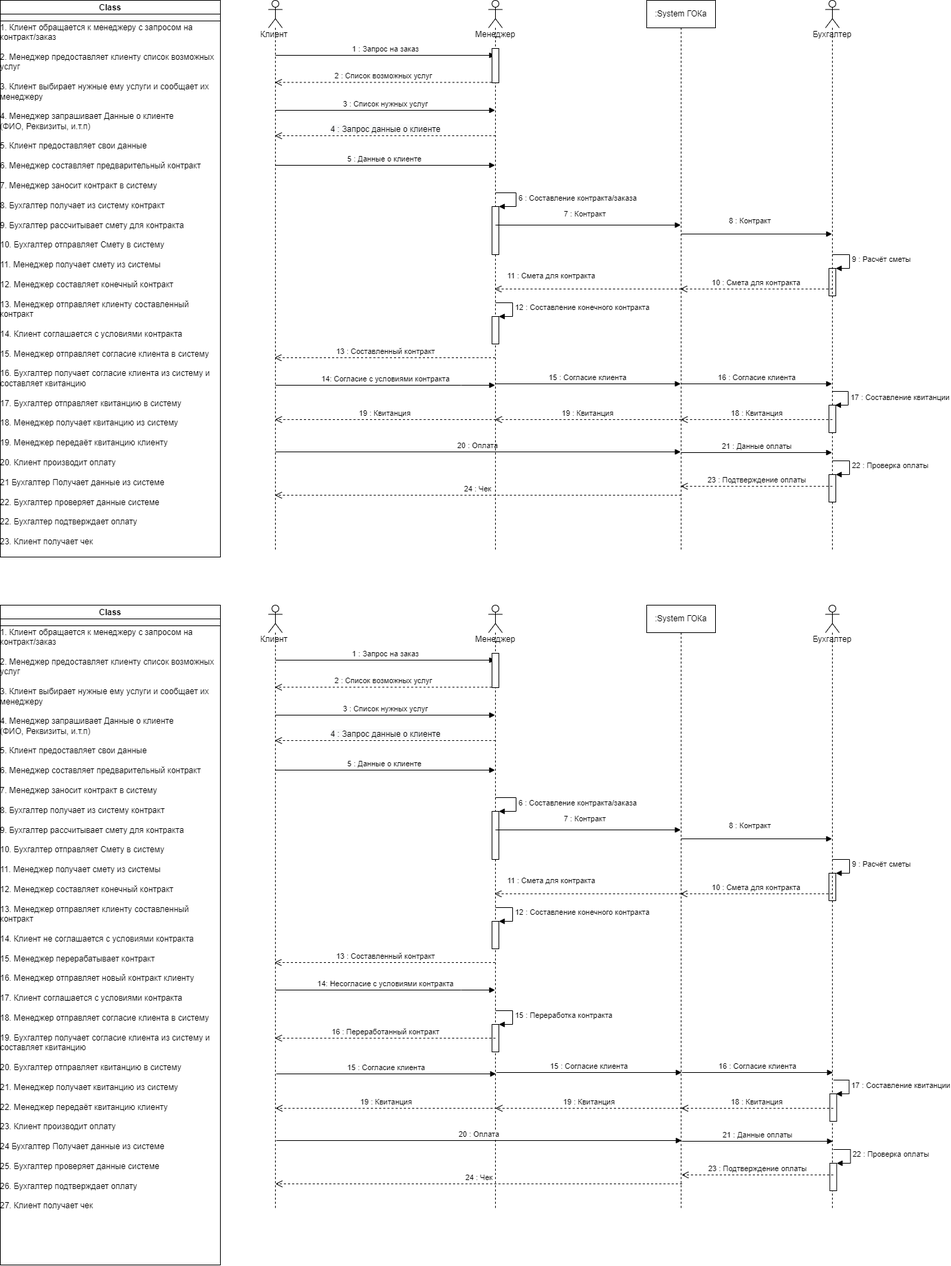
Awftf/UML keeps this draw.io diagram as InteractionDiagram.drawio.png. Above is the earlier version. Source tidied: cells renumbered, new cells last; positions are measured from the earlier drawing's top-left corner, leaving out a move shared by most shapes.
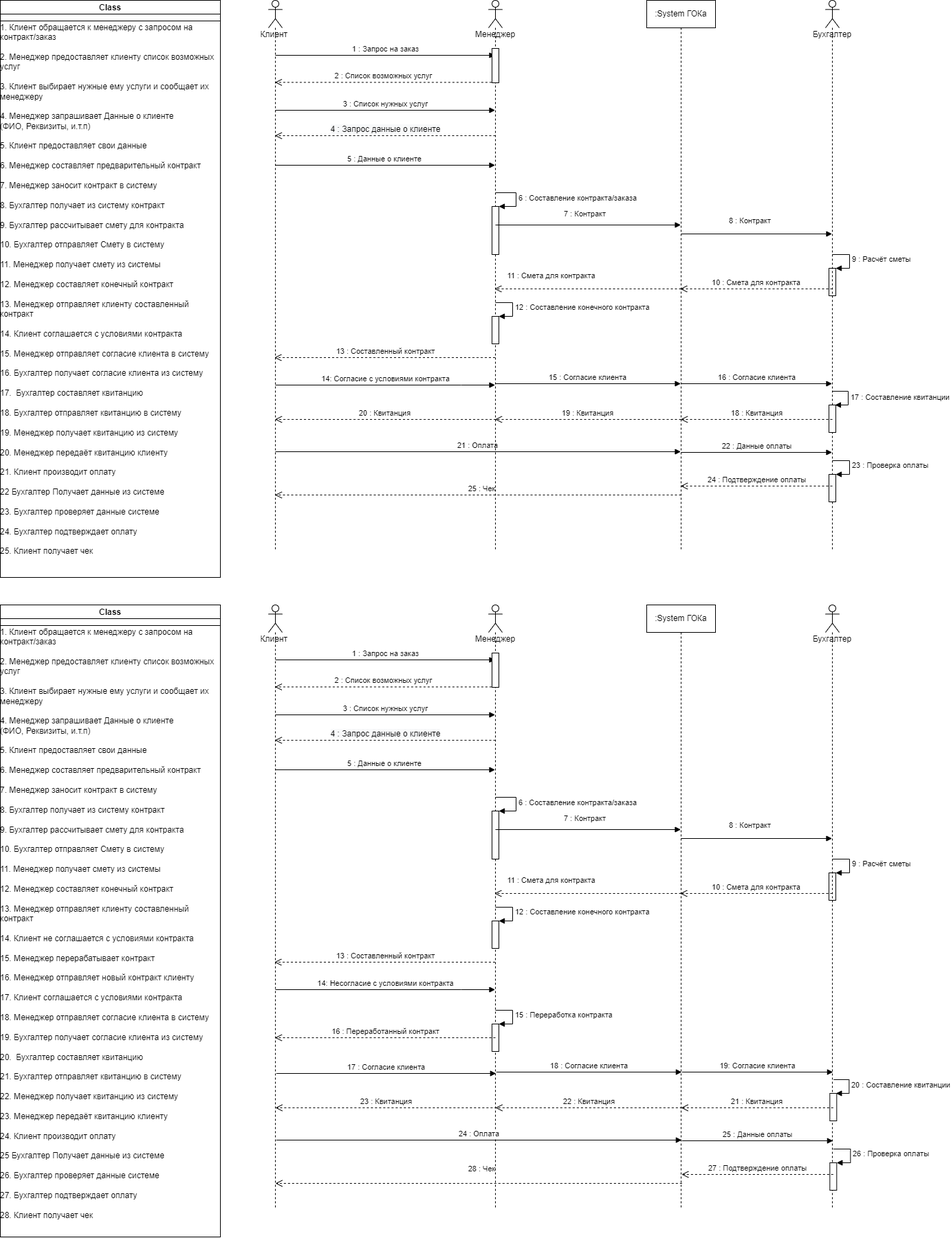
After the change.

Change to the diagram source:
```diff
@@ -22,3 +22,3 @@
     </mxCell>
-    <mxCell id="6" value="20 : Оплата" style="html=1;verticalAlign=bottom;endArrow=block;rounded=0;" parent="2" edge="1">
+    <mxCell id="6" value="21 : Оплата" style="html=1;verticalAlign=bottom;endArrow=block;rounded=0;" parent="2" edge="1">
       <mxGeometry relative="1" as="geometry">
@@ -98,4 +98,4 @@
     </mxCell>
-    <mxCell id="20" value="&lt;p style=&quot;margin: 0px ; margin-top: 4px ; text-align: center&quot;&gt;&lt;b&gt;Class&lt;/b&gt;&lt;/p&gt;&lt;br&gt;1. Клиент обращается к менеджеру с запросом на &lt;br&gt;контракт/заказ&lt;br&gt;&lt;br&gt;2. Менеджер предоставляет клиенту список возможных&lt;br&gt;услуг&lt;br&gt;&lt;br&gt;3. Клиент выбирает нужные ему услуги и сообщает их&lt;br&gt;менеджеру&lt;br&gt;&lt;br&gt;4. Менеджер запрашивает Данные о клиенте&lt;br&gt;(ФИО, Реквизиты, и.т.п)&lt;br&gt;&lt;br&gt;5. Клиент предоставляет свои данные&lt;br&gt;&lt;br&gt;6. Менеджер составляет предварительный контракт&lt;br&gt;&lt;br&gt;7. Менеджер заносит контракт в систему&lt;br&gt;&lt;br&gt;8. Бухгалтер получает из систему контракт&lt;br&gt;&lt;br&gt;9. Бухгалтер рассчитывает смету для контракта&amp;nbsp;&lt;br&gt;&lt;br&gt;10. Бухгалтер отправляет Смету в систему&lt;br&gt;&lt;br&gt;11. Менеджер получает смету из системы&amp;nbsp;&lt;br&gt;&lt;br&gt;12. Менеджер составляет конечный контракт&amp;nbsp;&lt;br&gt;&lt;br&gt;13. Менеджер отправляет клиенту составленный&lt;br&gt;контракт&lt;br&gt;&lt;br&gt;14. Клиент соглашается с условиями контракта&amp;nbsp;&lt;br&gt;&lt;br&gt;15. Менеджер отправляет согласие клиента в систему&lt;br&gt;&lt;br&gt;16. Бухгалтер получает согласие клиента из систему и&amp;nbsp;&lt;br&gt;составляет квитанцию&amp;nbsp;&lt;br&gt;&lt;br&gt;17. Бухгалтер отправляет квитанцию в систему&lt;br&gt;&lt;br&gt;18. Менеджер получает квитанцию из систему&lt;br&gt;&lt;br&gt;19. Менеджер передаёт квитанцию клиенту&lt;br&gt;&lt;br&gt;20. Клиент производит оплату&amp;nbsp;&lt;br&gt;&lt;br&gt;21 Бухгалтер Получает данные из системе&lt;br&gt;&lt;br&gt;22. Бухгалтер проверяет данные системе&amp;nbsp;&lt;br&gt;&lt;br&gt;22. Бухгалтер подтверждает оплату&lt;br&gt;&lt;br&gt;23. Клиент получает чек" style="verticalAlign=top;align=left;overflow=fill;fontSize=12;fontFamily=Helvetica;html=1;" parent="1" vertex="1">
-      <mxGeometry width="320" height="810" as="geometry" />
+    <mxCell id="20" value="&lt;p style=&quot;margin: 0px ; margin-top: 4px ; text-align: center&quot;&gt;&lt;b&gt;Class&lt;/b&gt;&lt;/p&gt;&lt;br&gt;1. Клиент обращается к менеджеру с запросом на &lt;br&gt;контракт/заказ&lt;br&gt;&lt;br&gt;2. Менеджер предоставляет клиенту список возможных&lt;br&gt;услуг&lt;br&gt;&lt;br&gt;3. Клиент выбирает нужные ему услуги и сообщает их&lt;br&gt;менеджеру&lt;br&gt;&lt;br&gt;4. Менеджер запрашивает Данные о клиенте&lt;br&gt;(ФИО, Реквизиты, и.т.п)&lt;br&gt;&lt;br&gt;5. Клиент предоставляет свои данные&lt;br&gt;&lt;br&gt;6. Менеджер составляет предварительный контракт&lt;br&gt;&lt;br&gt;7. Менеджер заносит контракт в систему&lt;br&gt;&lt;br&gt;8. Бухгалтер получает из систему контракт&lt;br&gt;&lt;br&gt;9. Бухгалтер рассчитывает смету для контракта&amp;nbsp;&lt;br&gt;&lt;br&gt;10. Бухгалтер отправляет Смету в систему&lt;br&gt;&lt;br&gt;11. Менеджер получает смету из системы&amp;nbsp;&lt;br&gt;&lt;br&gt;12. Менеджер составляет конечный контракт&amp;nbsp;&lt;br&gt;&lt;br&gt;13. Менеджер отправляет клиенту составленный&lt;br&gt;контракт&lt;br&gt;&lt;br&gt;14. Клиент соглашается с условиями контракта&amp;nbsp;&lt;br&gt;&lt;br&gt;15. Менеджер отправляет согласие клиента в систему&lt;br&gt;&lt;br&gt;16. Бухгалтер получает согласие клиента из систему&amp;nbsp;&lt;br&gt;&lt;br&gt;17.&amp;nbsp; Бухгалтер составляет квитанцию&lt;br&gt;&lt;br&gt;18. Бухгалтер отправляет квитанцию в систему&lt;br&gt;&lt;br&gt;19. Менеджер получает квитанцию из систему&lt;br&gt;&lt;br&gt;20. Менеджер передаёт квитанцию клиенту&lt;br&gt;&lt;br&gt;21. Клиент производит оплату&amp;nbsp;&lt;br&gt;&lt;br&gt;22 Бухгалтер Получает данные из системе&lt;br&gt;&lt;br&gt;23. Бухгалтер проверяет данные системе&amp;nbsp;&lt;br&gt;&lt;br&gt;24. Бухгалтер подтверждает оплату&lt;br&gt;&lt;br&gt;25. Клиент получает чек" style="verticalAlign=top;align=left;overflow=fill;fontSize=12;fontFamily=Helvetica;html=1;" parent="1" vertex="1">
+      <mxGeometry width="320" height="840" as="geometry" />
     </mxCell>
@@ -115,3 +115,3 @@
     </mxCell>
-    <mxCell id="25" value="21 : Данные оплаты" style="html=1;verticalAlign=bottom;endArrow=block;rounded=0;" parent="23" edge="1">
+    <mxCell id="25" value="22 : Данные оплаты" style="html=1;verticalAlign=bottom;endArrow=block;rounded=0;" parent="23" edge="1">
       <mxGeometry relative="1" as="geometry">
@@ -140,3 +140,3 @@
     </mxCell>
-    <mxCell id="30" value="22 : Проверка оплаты" style="edgeStyle=orthogonalEdgeStyle;html=1;align=left;spacingLeft=2;endArrow=block;rounded=0;entryX=1;entryY=0;" parent="26" edge="1" target="29">
+    <mxCell id="30" value="23 : Проверка оплаты" style="edgeStyle=orthogonalEdgeStyle;html=1;align=left;spacingLeft=2;endArrow=block;rounded=0;entryX=1;entryY=0;" parent="26" edge="1" target="29">
       <mxGeometry relative="1" as="geometry">
@@ -185,3 +185,3 @@
     </mxCell>
-    <mxCell id="36" value="19 : Квитанция" style="html=1;verticalAlign=bottom;endArrow=open;dashed=1;endSize=8;rounded=0;" parent="1" edge="1" target="2">
+    <mxCell id="36" value="20 : Квитанция" style="html=1;verticalAlign=bottom;endArrow=open;dashed=1;endSize=8;rounded=0;" parent="1" edge="1" target="2">
       <mxGeometry relative="1" as="geometry">
@@ -190,3 +190,3 @@
     </mxCell>
-    <mxCell id="37" value="23 : Подтверждение оплаты" style="html=1;verticalAlign=bottom;endArrow=open;dashed=1;endSize=8;rounded=0;" parent="1" edge="1">
+    <mxCell id="37" value="24 : Подтверждение оплаты" style="html=1;verticalAlign=bottom;endArrow=open;dashed=1;endSize=8;rounded=0;" parent="1" edge="1">
       <mxGeometry relative="1" as="geometry">
@@ -196,5 +196,8 @@
     </mxCell>
-    <mxCell id="38" value="24 : Чек" style="html=1;verticalAlign=bottom;endArrow=open;dashed=1;endSize=8;rounded=0;" parent="1" edge="1" target="2">
-      <mxGeometry relative="1" as="geometry">
+    <mxCell id="38" value="25 : Чек" style="html=1;verticalAlign=bottom;endArrow=open;dashed=1;endSize=8;rounded=0;" parent="1" edge="1" target="2">
+      <mxGeometry x="-0.02" relative="1" as="geometry">
         <mxPoint x="990" y="720" as="sourcePoint" />
+        <Array as="points">
+          <mxPoint x="690" y="720" />
+        </Array>
       </mxGeometry>
@@ -294,4 +297,4 @@
     </mxCell>
-    <mxCell id="57" value="&lt;p style=&quot;margin: 0px ; margin-top: 4px ; text-align: center&quot;&gt;&lt;b&gt;Class&lt;/b&gt;&lt;/p&gt;&lt;br&gt;1. Клиент обращается к менеджеру с запросом на &lt;br&gt;контракт/заказ&lt;br&gt;&lt;br&gt;2. Менеджер предоставляет клиенту список возможных&lt;br&gt;услуг&lt;br&gt;&lt;br&gt;3. Клиент выбирает нужные ему услуги и сообщает их&lt;br&gt;менеджеру&lt;br&gt;&lt;br&gt;4. Менеджер запрашивает Данные о клиенте&lt;br&gt;(ФИО, Реквизиты, и.т.п)&lt;br&gt;&lt;br&gt;5. Клиент предоставляет свои данные&lt;br&gt;&lt;br&gt;6. Менеджер составляет предварительный контракт&lt;br&gt;&lt;br&gt;7. Менеджер заносит контракт в систему&lt;br&gt;&lt;br&gt;8. Бухгалтер получает из систему контракт&lt;br&gt;&lt;br&gt;9. Бухгалтер рассчитывает смету для контракта&amp;nbsp;&lt;br&gt;&lt;br&gt;10. Бухгалтер отправляет Смету в систему&lt;br&gt;&lt;br&gt;11. Менеджер получает смету из системы&amp;nbsp;&lt;br&gt;&lt;br&gt;12. Менеджер составляет конечный контракт&amp;nbsp;&lt;br&gt;&lt;br&gt;13. Менеджер отправляет клиенту составленный&lt;br&gt;контракт&lt;br&gt;&lt;br&gt;14. Клиент не соглашается с условиями контракта&lt;br&gt;&lt;br&gt;15. Менеджер перерабатывает контракт&lt;br&gt;&lt;br&gt;16. Менеджер отправляет новый контракт клиенту&lt;br&gt;&lt;br&gt;17. Клиент соглашается с условиями контракта&lt;br&gt;&lt;br&gt;18. Менеджер отправляет согласие клиента в систему&lt;br&gt;&lt;br&gt;19. Бухгалтер получает согласие клиента из систему и&amp;nbsp;&lt;br&gt;составляет квитанцию&amp;nbsp;&lt;br&gt;&lt;br&gt;20. Бухгалтер отправляет квитанцию в систему&lt;br&gt;&lt;br&gt;21. Менеджер получает квитанцию из систему&lt;br&gt;&lt;br&gt;22. Менеджер передаёт квитанцию клиенту&lt;br&gt;&lt;br&gt;23. Клиент производит оплату&amp;nbsp;&lt;br&gt;&lt;br&gt;24 Бухгалтер Получает данные из системе&lt;br&gt;&lt;br&gt;25. Бухгалтер проверяет данные системе&amp;nbsp;&lt;br&gt;&lt;br&gt;26. Бухгалтер подтверждает оплату&lt;br&gt;&lt;br&gt;27. Клиент получает чек" style="verticalAlign=top;align=left;overflow=fill;fontSize=12;fontFamily=Helvetica;html=1;" parent="1" vertex="1">
-      <mxGeometry y="880" width="320" height="960" as="geometry" />
+    <mxCell id="57" value="&lt;p style=&quot;margin: 0px ; margin-top: 4px ; text-align: center&quot;&gt;&lt;b&gt;Class&lt;/b&gt;&lt;/p&gt;&lt;br&gt;1. Клиент обращается к менеджеру с запросом на &lt;br&gt;контракт/заказ&lt;br&gt;&lt;br&gt;2. Менеджер предоставляет клиенту список возможных&lt;br&gt;услуг&lt;br&gt;&lt;br&gt;3. Клиент выбирает нужные ему услуги и сообщает их&lt;br&gt;менеджеру&lt;br&gt;&lt;br&gt;4. Менеджер запрашивает Данные о клиенте&lt;br&gt;(ФИО, Реквизиты, и.т.п)&lt;br&gt;&lt;br&gt;5. Клиент предоставляет свои данные&lt;br&gt;&lt;br&gt;6. Менеджер составляет предварительный контракт&lt;br&gt;&lt;br&gt;7. Менеджер заносит контракт в систему&lt;br&gt;&lt;br&gt;8. Бухгалтер получает из систему контракт&lt;br&gt;&lt;br&gt;9. Бухгалтер рассчитывает смету для контракта&amp;nbsp;&lt;br&gt;&lt;br&gt;10. Бухгалтер отправляет Смету в систему&lt;br&gt;&lt;br&gt;11. Менеджер получает смету из системы&amp;nbsp;&lt;br&gt;&lt;br&gt;12. Менеджер составляет конечный контракт&amp;nbsp;&lt;br&gt;&lt;br&gt;13. Менеджер отправляет клиенту составленный&lt;br&gt;контракт&lt;br&gt;&lt;br&gt;14. Клиент не соглашается с условиями контракта&lt;br&gt;&lt;br&gt;15. Менеджер перерабатывает контракт&lt;br&gt;&lt;br&gt;16. Менеджер отправляет новый контракт клиенту&lt;br&gt;&lt;br&gt;17. Клиент соглашается с условиями контракта&lt;br&gt;&lt;br&gt;18. Менеджер отправляет согласие клиента в систему&lt;br&gt;&lt;br&gt;19. Бухгалтер получает согласие клиента из систему&amp;nbsp;&lt;br&gt;&lt;br&gt;20.&amp;nbsp; Бухгалтер составляет квитанцию&lt;br&gt;&lt;br&gt;21. Бухгалтер отправляет квитанцию в систему&lt;br&gt;&lt;br&gt;22. Менеджер получает квитанцию из систему&lt;br&gt;&lt;br&gt;23. Менеджер передаёт квитанцию клиенту&lt;br&gt;&lt;br&gt;24. Клиент производит оплату&amp;nbsp;&lt;br&gt;&lt;br&gt;25 Бухгалтер Получает данные из системе&lt;br&gt;&lt;br&gt;26. Бухгалтер проверяет данные системе&amp;nbsp;&lt;br&gt;&lt;br&gt;27. Бухгалтер подтверждает оплату&lt;br&gt;&lt;br&gt;28. Клиент получает чек" style="verticalAlign=top;align=left;overflow=fill;fontSize=12;fontFamily=Helvetica;html=1;" parent="1" vertex="1">
+      <mxGeometry y="880" width="320" height="920" as="geometry" />
     </mxCell>
@@ -327,3 +330,3 @@
     </mxCell>
-    <mxCell id="64" value="20 : Оплата" style="html=1;verticalAlign=bottom;endArrow=block;rounded=0;" parent="1" edge="1">
+    <mxCell id="64" value="24 : Оплата" style="html=1;verticalAlign=bottom;endArrow=block;rounded=0;" parent="1" edge="1">
       <mxGeometry relative="1" as="geometry">
@@ -333,3 +336,3 @@
     </mxCell>
-    <mxCell id="65" value="15 : Согласие клиента" style="html=1;verticalAlign=bottom;endArrow=block;rounded=0;" parent="1" edge="1">
+    <mxCell id="65" value="18 : Согласие клиента" style="html=1;verticalAlign=bottom;endArrow=block;rounded=0;" parent="1" edge="1">
       <mxGeometry relative="1" as="geometry">
@@ -339,3 +342,3 @@
     </mxCell>
-    <mxCell id="66" value="16 : Согласие клиента" style="html=1;verticalAlign=bottom;endArrow=block;rounded=0;" parent="1" edge="1">
+    <mxCell id="66" value="19: Согласие клиента" style="html=1;verticalAlign=bottom;endArrow=block;rounded=0;" parent="1" edge="1">
       <mxGeometry relative="1" as="geometry">
@@ -345,3 +348,3 @@
     </mxCell>
-    <mxCell id="67" value="21 : Данные оплаты" style="html=1;verticalAlign=bottom;endArrow=block;rounded=0;" parent="1" edge="1">
+    <mxCell id="67" value="25 : Данные оплаты" style="html=1;verticalAlign=bottom;endArrow=block;rounded=0;" parent="1" edge="1">
       <mxGeometry relative="1" as="geometry">
@@ -354,3 +357,3 @@
     </mxCell>
-    <mxCell id="69" value="17 : Составление квитанции" style="edgeStyle=orthogonalEdgeStyle;html=1;align=left;spacingLeft=2;endArrow=block;rounded=0;entryX=1;entryY=0;" parent="1" edge="1">
+    <mxCell id="69" value="20 : Составление квитанции" style="edgeStyle=orthogonalEdgeStyle;html=1;align=left;spacingLeft=2;endArrow=block;rounded=0;entryX=1;entryY=0;" parent="1" edge="1">
       <mxGeometry relative="1" as="geometry">
@@ -367,3 +370,3 @@
     </mxCell>
-    <mxCell id="71" value="22 : Проверка оплаты" style="edgeStyle=orthogonalEdgeStyle;html=1;align=left;spacingLeft=2;endArrow=block;rounded=0;entryX=1;entryY=0;" parent="1" edge="1" target="70">
+    <mxCell id="71" value="26 : Проверка оплаты" style="edgeStyle=orthogonalEdgeStyle;html=1;align=left;spacingLeft=2;endArrow=block;rounded=0;entryX=1;entryY=0;" parent="1" edge="1" target="70">
       <mxGeometry relative="1" as="geometry">
@@ -384,3 +387,3 @@
     </mxCell>
-    <mxCell id="73" value="18 : Квитанция" style="html=1;verticalAlign=bottom;endArrow=open;dashed=1;endSize=8;rounded=0;" parent="1" edge="1">
+    <mxCell id="73" value="21 : Квитанция" style="html=1;verticalAlign=bottom;endArrow=open;dashed=1;endSize=8;rounded=0;" parent="1" edge="1">
       <mxGeometry relative="1" as="geometry">
@@ -390,3 +393,3 @@
     </mxCell>
-    <mxCell id="74" value="19 : Квитанция" style="html=1;verticalAlign=bottom;endArrow=open;dashed=1;endSize=8;rounded=0;" parent="1" edge="1">
+    <mxCell id="74" value="22 : Квитанция" style="html=1;verticalAlign=bottom;endArrow=open;dashed=1;endSize=8;rounded=0;" parent="1" edge="1">
       <mxGeometry relative="1" as="geometry">
@@ -396,3 +399,3 @@
     </mxCell>
-    <mxCell id="75" value="19 : Квитанция" style="html=1;verticalAlign=bottom;endArrow=open;dashed=1;endSize=8;rounded=0;" parent="1" edge="1">
+    <mxCell id="75" value="23 : Квитанция" style="html=1;verticalAlign=bottom;endArrow=open;dashed=1;endSize=8;rounded=0;" parent="1" edge="1">
       <mxGeometry relative="1" as="geometry">
@@ -402,3 +405,3 @@
     </mxCell>
-    <mxCell id="76" value="23 : Подтверждение оплаты" style="html=1;verticalAlign=bottom;endArrow=open;dashed=1;endSize=8;rounded=0;" parent="1" edge="1">
+    <mxCell id="76" value="27 : Подтверждение оплаты" style="html=1;verticalAlign=bottom;endArrow=open;dashed=1;endSize=8;rounded=0;" parent="1" edge="1">
       <mxGeometry relative="1" as="geometry">
@@ -408,4 +411,4 @@
     </mxCell>
-    <mxCell id="77" value="24 : Чек" style="html=1;verticalAlign=bottom;endArrow=open;dashed=1;endSize=8;rounded=0;" parent="1" edge="1">
-      <mxGeometry relative="1" as="geometry">
+    <mxCell id="77" value="28 : Чек" style="html=1;verticalAlign=bottom;endArrow=open;dashed=1;endSize=8;rounded=0;" parent="1" edge="1">
+      <mxGeometry x="-0.01" y="-12" relative="1" as="geometry">
         <mxPoint x="991.3" y="1722" as="sourcePoint" />
@@ -419,3 +422,3 @@
     </mxCell>
-    <mxCell id="79" value="15 : Согласие клиента" style="html=1;verticalAlign=bottom;endArrow=block;rounded=0;" parent="1" edge="1">
+    <mxCell id="79" value="17 : Согласие клиента" style="html=1;verticalAlign=bottom;endArrow=block;rounded=0;" parent="1" edge="1">
       <mxGeometry relative="1" as="geometry">
```
